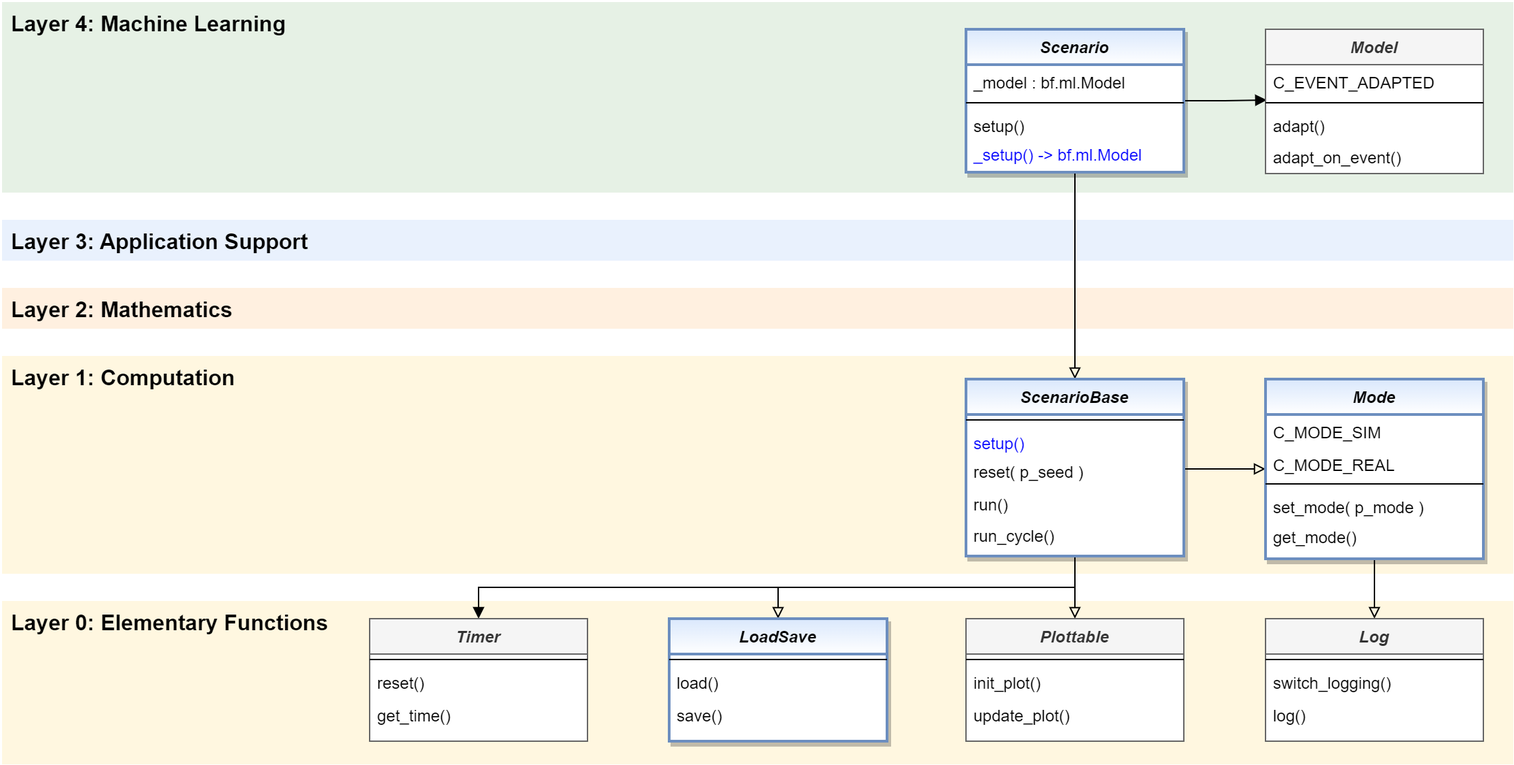
fhswf/MLPro keeps this draw.io diagram as doc/rtd/content/02_basic_functions/mlpro_bf/sub/layer4_machine_learning/images/MLPro-BF-ML-Scenario.drawio.png. Above is the earlier version. Source tidied: cells renumbered, new cells last; positions are measured from the earlier drawing's top-left corner, leaving out a move shared by most shapes. The source it was exported from:
```xml
<mxGraphModel>
  <root>
    <mxCell id="0" />
    <mxCell id="1" parent="0" />
    <mxCell id="2" value="Layer 2: Mathematics" style="rounded=0;whiteSpace=wrap;html=1;shadow=0;glass=0;fontSize=16;align=left;labelPosition=center;verticalLabelPosition=middle;verticalAlign=top;spacingLeft=5;fontStyle=1;fillColor=#ffe6cc;strokeColor=none;strokeWidth=1;gradientColor=none;opacity=60;" parent="1" vertex="1">
      <mxGeometry y="210" width="1110" height="30" as="geometry" />
    </mxCell>
    <mxCell id="3" value="Layer 4: Machine Learning" style="rounded=0;whiteSpace=wrap;html=1;shadow=0;glass=0;fontSize=16;align=left;labelPosition=center;verticalLabelPosition=middle;verticalAlign=top;spacingLeft=5;spacingRight=5;fontStyle=1;fillColor=#d5e8d4;strokeColor=none;strokeWidth=2;gradientColor=none;opacity=60;" parent="1" vertex="1">
      <mxGeometry width="1110" height="140" as="geometry" />
    </mxCell>
    <mxCell id="4" value="Layer 0: Elementary Functions" style="rounded=0;whiteSpace=wrap;html=1;shadow=0;glass=0;fontSize=16;align=left;labelPosition=center;verticalLabelPosition=middle;verticalAlign=top;spacingLeft=5;fontStyle=1;strokeColor=none;fillColor=#fff2cc;strokeWidth=1;fontFamily=Helvetica;gradientColor=none;opacity=60;" parent="1" vertex="1">
      <mxGeometry y="440" width="1110" height="120" as="geometry" />
    </mxCell>
    <mxCell id="5" value="Layer 3: Application Support" style="rounded=0;whiteSpace=wrap;html=1;shadow=0;glass=0;fontSize=16;align=left;labelPosition=center;verticalLabelPosition=middle;verticalAlign=top;spacingLeft=5;spacingRight=5;fontStyle=1;fillColor=#dae8fc;strokeColor=none;strokeWidth=2;gradientColor=none;opacity=60;" parent="1" vertex="1">
      <mxGeometry y="160" width="1110" height="30" as="geometry" />
    </mxCell>
    <mxCell id="6" value="Layer 1: Computation" style="rounded=0;whiteSpace=wrap;html=1;shadow=0;glass=0;fontSize=16;align=left;labelPosition=center;verticalLabelPosition=middle;verticalAlign=top;spacingLeft=5;fontStyle=1;fillColor=#fff2cc;strokeColor=none;strokeWidth=1;gradientColor=none;opacity=60;" parent="1" vertex="1">
      <mxGeometry y="260" width="1110" height="160" as="geometry" />
    </mxCell>
    <mxCell id="7" style="edgeStyle=orthogonalEdgeStyle;rounded=0;jettySize=auto;html=1;endArrow=block;endFill=0;" parent="1" edge="1" source="9" target="18">
      <mxGeometry relative="1" as="geometry">
        <Array as="points">
          <mxPoint x="788" y="100" />
          <mxPoint x="788" y="100" />
        </Array>
      </mxGeometry>
    </mxCell>
    <mxCell id="8" style="edgeStyle=orthogonalEdgeStyle;rounded=0;jettySize=auto;html=1;entryX=0.006;entryY=-0.261;entryDx=0;entryDy=0;entryPerimeter=0;endArrow=block;endFill=1;" parent="1" edge="1" source="9" target="50">
      <mxGeometry relative="1" as="geometry" />
    </mxCell>
    <mxCell id="9" value="Scenario" style="swimlane;fontStyle=3;align=center;verticalAlign=top;horizontal=1;startSize=26;rounded=0;shadow=1;strokeWidth=2;fillColor=#dae8fc;strokeColor=#6c8ebf;gradientColor=#ffffff;swimlaneFillColor=#ffffff;" parent="1" vertex="1">
      <mxGeometry x="708" y="20" width="160" height="105" as="geometry" />
    </mxCell>
    <mxCell id="10" value="_model : bf.ml.Model" style="text;align=left;verticalAlign=top;spacingLeft=4;spacingRight=4;overflow=hidden;" parent="9" vertex="1">
      <mxGeometry y="26" width="160" height="24" as="geometry" />
    </mxCell>
    <mxCell id="11" style="line;html=1;strokeWidth=1;align=left;verticalAlign=middle;spacingTop=-1;spacingLeft=3;spacingRight=3;labelPosition=right;" parent="9" vertex="1">
      <mxGeometry y="50" width="160" height="8" as="geometry" />
    </mxCell>
    <mxCell id="12" value="setup()" style="text;align=left;verticalAlign=top;spacingLeft=4;spacingRight=4;overflow=hidden;" parent="9" vertex="1">
      <mxGeometry y="58" width="160" height="21" as="geometry" />
    </mxCell>
    <mxCell id="13" value="_setup() -&gt; bf.ml.Model" style="text;align=left;verticalAlign=top;spacingLeft=4;spacingRight=4;overflow=hidden;fontColor=#0000FF;" parent="9" vertex="1">
      <mxGeometry y="79" width="160" height="24" as="geometry" />
    </mxCell>
    <mxCell id="14" style="edgeStyle=orthogonalEdgeStyle;rounded=0;jettySize=auto;html=1;entryX=0.5;entryY=0;entryDx=0;entryDy=0;endArrow=block;endFill=0;" parent="1" edge="1" source="18" target="39">
      <mxGeometry relative="1" as="geometry" />
    </mxCell>
    <mxCell id="15" style="edgeStyle=orthogonalEdgeStyle;rounded=0;jettySize=auto;html=1;endArrow=block;endFill=0;entryX=0.5;entryY=0;entryDx=0;entryDy=0;" parent="1" edge="1" source="18" target="31">
      <mxGeometry relative="1" as="geometry">
        <Array as="points">
          <mxPoint x="788" y="430" />
          <mxPoint x="570" y="430" />
        </Array>
      </mxGeometry>
    </mxCell>
    <mxCell id="16" style="edgeStyle=orthogonalEdgeStyle;rounded=0;jettySize=auto;html=1;endArrow=block;endFill=0;" parent="1" edge="1" target="25">
      <mxGeometry relative="1" as="geometry">
        <mxPoint x="868" y="343" as="sourcePoint" />
      </mxGeometry>
    </mxCell>
    <mxCell id="17" style="edgeStyle=orthogonalEdgeStyle;rounded=0;jettySize=auto;html=1;fontColor=#0000FF;endArrow=block;endFill=1;" parent="1" edge="1" source="18" target="43">
      <mxGeometry relative="1" as="geometry">
        <Array as="points">
          <mxPoint x="788" y="430" />
          <mxPoint x="350" y="430" />
        </Array>
      </mxGeometry>
    </mxCell>
    <mxCell id="18" value="ScenarioBase" style="swimlane;fontStyle=3;align=center;verticalAlign=top;horizontal=1;startSize=26;rounded=0;shadow=1;strokeWidth=2;fillColor=#dae8fc;strokeColor=#6c8ebf;gradientColor=#ffffff;swimlaneFillColor=#ffffff;" parent="1" vertex="1">
      <mxGeometry x="708" y="277" width="160" height="130" as="geometry" />
    </mxCell>
    <mxCell id="19" style="line;html=1;strokeWidth=1;align=left;verticalAlign=middle;spacingTop=-1;spacingLeft=3;spacingRight=3;labelPosition=right;" parent="18" vertex="1">
      <mxGeometry y="26" width="160" height="8" as="geometry" />
    </mxCell>
    <mxCell id="20" value="setup()" style="text;align=left;verticalAlign=top;spacingLeft=4;spacingRight=4;overflow=hidden;fontColor=#0000FF;" parent="18" vertex="1">
      <mxGeometry y="34" width="160" height="21" as="geometry" />
    </mxCell>
    <mxCell id="21" value="reset( p_seed )" style="text;align=left;verticalAlign=top;spacingLeft=4;spacingRight=4;overflow=hidden;" parent="18" vertex="1">
      <mxGeometry y="55" width="160" height="24" as="geometry" />
    </mxCell>
    <mxCell id="22" value="run()" style="text;align=left;verticalAlign=top;spacingLeft=4;spacingRight=4;overflow=hidden;" parent="18" vertex="1">
      <mxGeometry y="79" width="160" height="23" as="geometry" />
    </mxCell>
    <mxCell id="23" value="run_cycle()" style="text;align=left;verticalAlign=top;spacingLeft=4;spacingRight=4;overflow=hidden;" parent="18" vertex="1">
      <mxGeometry y="102" width="160" height="24" as="geometry" />
    </mxCell>
    <mxCell id="24" style="edgeStyle=orthogonalEdgeStyle;rounded=0;jettySize=auto;html=1;endArrow=block;endFill=0;" parent="1" edge="1" source="25" target="35">
      <mxGeometry relative="1" as="geometry" />
    </mxCell>
    <mxCell id="25" value="Mode" style="swimlane;fontStyle=3;align=center;verticalAlign=top;horizontal=1;startSize=26;rounded=0;shadow=1;strokeWidth=2;fillColor=#dae8fc;strokeColor=#6c8ebf;swimlaneFillColor=#ffffff;gradientColor=#FFFFFF;" parent="1" vertex="1">
      <mxGeometry x="928" y="277" width="160" height="132" as="geometry" />
    </mxCell>
    <mxCell id="26" value="C_MODE_SIM" style="text;align=left;verticalAlign=top;spacingLeft=4;spacingRight=4;overflow=hidden;" parent="25" vertex="1">
      <mxGeometry y="26" width="160" height="24" as="geometry" />
    </mxCell>
    <mxCell id="27" value="C_MODE_REAL" style="text;align=left;verticalAlign=top;spacingLeft=4;spacingRight=4;overflow=hidden;" parent="25" vertex="1">
      <mxGeometry y="50" width="160" height="23" as="geometry" />
    </mxCell>
    <mxCell id="28" style="line;html=1;strokeWidth=1;align=left;verticalAlign=middle;spacingTop=-1;spacingLeft=3;spacingRight=3;labelPosition=right;" parent="25" vertex="1">
      <mxGeometry y="73" width="160" height="8" as="geometry" />
    </mxCell>
    <mxCell id="29" value="set_mode( p_mode )" style="text;align=left;verticalAlign=top;spacingLeft=4;spacingRight=4;overflow=hidden;" parent="25" vertex="1">
      <mxGeometry y="81" width="160" height="22" as="geometry" />
    </mxCell>
    <mxCell id="30" value="get_mode()" style="text;align=left;verticalAlign=top;spacingLeft=4;spacingRight=4;overflow=hidden;" parent="25" vertex="1">
      <mxGeometry y="103" width="160" height="26" as="geometry" />
    </mxCell>
    <mxCell id="31" value="LoadSave" style="swimlane;fontStyle=3;align=center;verticalAlign=top;horizontal=1;startSize=26;rounded=0;shadow=1;strokeWidth=2;fillColor=#dae8fc;strokeColor=#6c8ebf;gradientColor=#ffffff;swimlaneFillColor=#ffffff;" parent="1" vertex="1">
      <mxGeometry x="490" y="453" width="160" height="90" as="geometry" />
    </mxCell>
    <mxCell id="32" style="line;html=1;strokeWidth=1;align=left;verticalAlign=middle;spacingTop=-1;spacingLeft=3;spacingRight=3;labelPosition=right;" parent="31" vertex="1">
      <mxGeometry y="26" width="160" height="8" as="geometry" />
    </mxCell>
    <mxCell id="33" value="load()" style="text;align=left;verticalAlign=top;spacingLeft=4;spacingRight=4;overflow=hidden;" parent="31" vertex="1">
      <mxGeometry y="34" width="160" height="24" as="geometry" />
    </mxCell>
    <mxCell id="34" value="save()" style="text;align=left;verticalAlign=top;spacingLeft=4;spacingRight=4;overflow=hidden;" parent="31" vertex="1">
      <mxGeometry y="58" width="160" height="24" as="geometry" />
    </mxCell>
    <mxCell id="35" value="Log" style="swimlane;fontStyle=3;align=center;verticalAlign=top;horizontal=1;startSize=26;rounded=0;shadow=0;strokeWidth=1;fillColor=#f5f5f5;strokeColor=#666666;swimlaneFillColor=#ffffff;fontColor=#333333;" parent="1" vertex="1">
      <mxGeometry x="928" y="453" width="160" height="90" as="geometry" />
    </mxCell>
    <mxCell id="36" style="line;html=1;strokeWidth=1;align=left;verticalAlign=middle;spacingTop=-1;spacingLeft=3;spacingRight=3;labelPosition=right;" parent="35" vertex="1">
      <mxGeometry y="26" width="160" height="8" as="geometry" />
    </mxCell>
    <mxCell id="37" value="switch_logging()" style="text;align=left;verticalAlign=top;spacingLeft=4;spacingRight=4;overflow=hidden;" parent="35" vertex="1">
      <mxGeometry y="34" width="160" height="24" as="geometry" />
    </mxCell>
    <mxCell id="38" value="log()" style="text;align=left;verticalAlign=top;spacingLeft=4;spacingRight=4;overflow=hidden;" parent="35" vertex="1">
      <mxGeometry y="58" width="160" height="24" as="geometry" />
    </mxCell>
    <mxCell id="39" value="Plottable" style="swimlane;fontStyle=3;align=center;verticalAlign=top;horizontal=1;startSize=26;rounded=0;shadow=0;strokeWidth=1;fillColor=#f5f5f5;strokeColor=#666666;swimlaneFillColor=#ffffff;fontColor=#333333;" parent="1" vertex="1">
      <mxGeometry x="708" y="453" width="160" height="90" as="geometry" />
    </mxCell>
    <mxCell id="40" style="line;html=1;strokeWidth=1;align=left;verticalAlign=middle;spacingTop=-1;spacingLeft=3;spacingRight=3;labelPosition=right;" parent="39" vertex="1">
      <mxGeometry y="26" width="160" height="8" as="geometry" />
    </mxCell>
    <mxCell id="41" value="init_plot()" style="text;align=left;verticalAlign=top;spacingLeft=4;spacingRight=4;overflow=hidden;" parent="39" vertex="1">
      <mxGeometry y="34" width="160" height="24" as="geometry" />
    </mxCell>
    <mxCell id="42" value="update_plot()" style="text;align=left;verticalAlign=top;spacingLeft=4;spacingRight=4;overflow=hidden;" parent="39" vertex="1">
      <mxGeometry y="58" width="160" height="24" as="geometry" />
    </mxCell>
    <mxCell id="43" value="Timer" style="swimlane;fontStyle=3;align=center;verticalAlign=top;horizontal=1;startSize=26;rounded=0;shadow=0;strokeWidth=1;fillColor=#f5f5f5;strokeColor=#666666;swimlaneFillColor=#ffffff;fontColor=#333333;" parent="1" vertex="1">
      <mxGeometry x="270" y="453" width="160" height="90" as="geometry" />
    </mxCell>
    <mxCell id="44" style="line;html=1;strokeWidth=1;align=left;verticalAlign=middle;spacingTop=-1;spacingLeft=3;spacingRight=3;labelPosition=right;" parent="43" vertex="1">
      <mxGeometry y="26" width="160" height="8" as="geometry" />
    </mxCell>
    <mxCell id="45" value="reset()" style="text;align=left;verticalAlign=top;spacingLeft=4;spacingRight=4;overflow=hidden;" parent="43" vertex="1">
      <mxGeometry y="34" width="160" height="24" as="geometry" />
    </mxCell>
    <mxCell id="46" value="get_time()" style="text;align=left;verticalAlign=top;spacingLeft=4;spacingRight=4;overflow=hidden;" parent="43" vertex="1">
      <mxGeometry y="58" width="160" height="24" as="geometry" />
    </mxCell>
    <mxCell id="47" value="Model" style="swimlane;fontStyle=3;align=center;verticalAlign=top;horizontal=1;startSize=26;rounded=0;shadow=0;strokeWidth=1;fillColor=#f5f5f5;strokeColor=#666666;swimlaneFillColor=#ffffff;fontColor=#333333;gradientColor=none;" parent="1" vertex="1">
      <mxGeometry x="928" y="20" width="160" height="106" as="geometry" />
    </mxCell>
    <mxCell id="48" value="C_EVENT_ADAPTED" style="text;align=left;verticalAlign=top;spacingLeft=4;spacingRight=4;overflow=hidden;" parent="47" vertex="1">
      <mxGeometry y="26" width="160" height="24" as="geometry" />
    </mxCell>
    <mxCell id="49" style="line;html=1;strokeWidth=1;align=left;verticalAlign=middle;spacingTop=-1;spacingLeft=3;spacingRight=3;labelPosition=right;" parent="47" vertex="1">
      <mxGeometry y="50" width="160" height="8" as="geometry" />
    </mxCell>
    <mxCell id="50" value="adapt()" style="text;align=left;verticalAlign=top;spacingLeft=4;spacingRight=4;overflow=hidden;points=[[0,0.5],[1,0.5]];portConstraint=eastwest;" parent="47" vertex="1">
      <mxGeometry y="58" width="160" height="23" as="geometry" />
    </mxCell>
    <mxCell id="51" value="adapt_on_event()" style="text;align=left;verticalAlign=top;spacingLeft=4;spacingRight=4;overflow=hidden;" parent="47" vertex="1">
      <mxGeometry y="81" width="160" height="24" as="geometry" />
    </mxCell>
  </root>
</mxGraphModel>
```
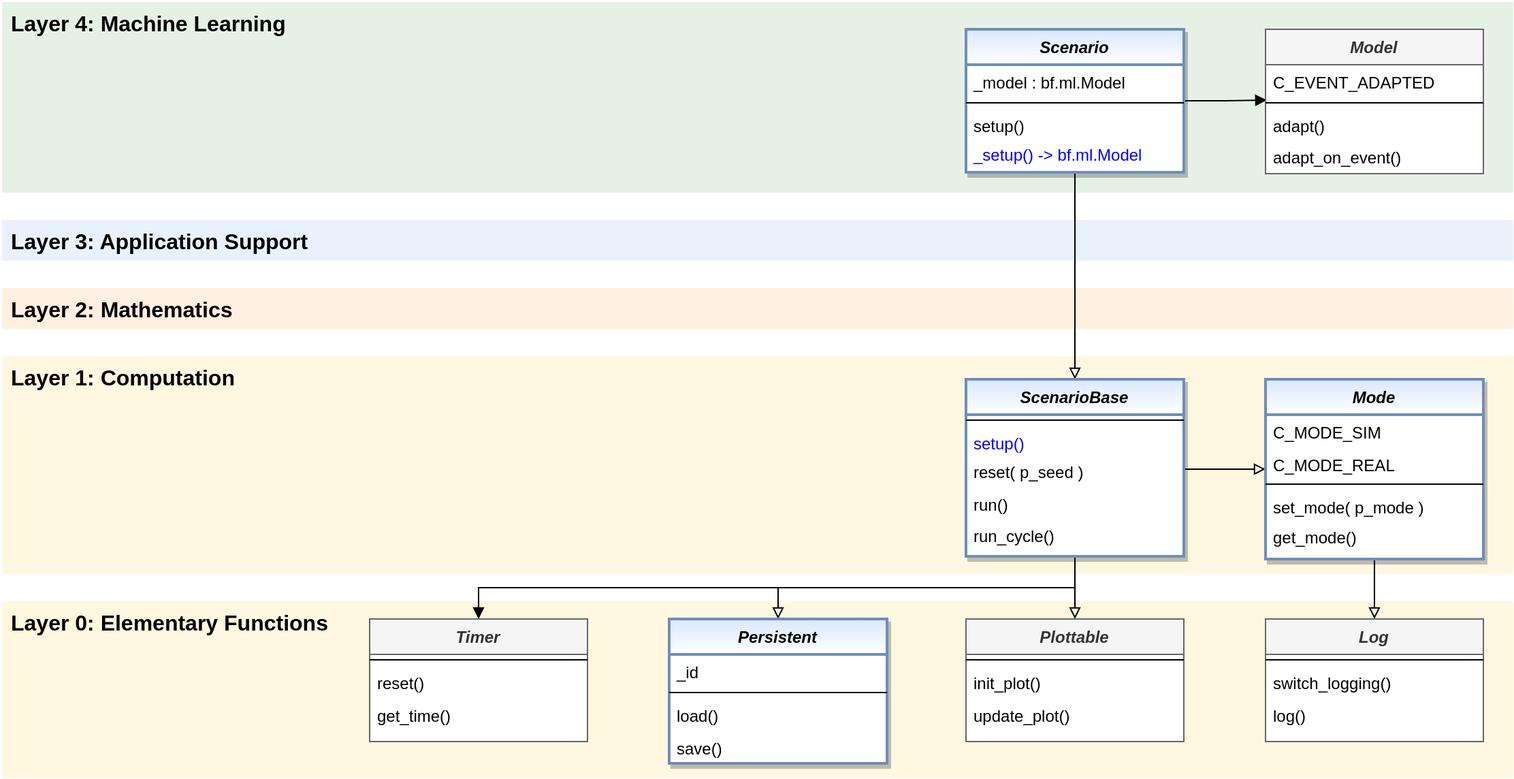
Later version of the same file.

What changed in the source:
```diff
@@ -9,7 +9,7 @@
       <mxGeometry width="1110" height="140" as="geometry" />
     </mxCell>
     <mxCell id="4" value="Layer 0: Elementary Functions" style="rounded=0;whiteSpace=wrap;html=1;shadow=0;glass=0;fontSize=16;align=left;labelPosition=center;verticalLabelPosition=middle;verticalAlign=top;spacingLeft=5;fontStyle=1;strokeColor=none;fillColor=#fff2cc;strokeWidth=1;fontFamily=Helvetica;gradientColor=none;opacity=60;" parent="1" vertex="1">
-      <mxGeometry y="440" width="1110" height="120" as="geometry" />
+      <mxGeometry y="440" width="1110" height="130" as="geometry" />
     </mxCell>
     <mxCell id="5" value="Layer 3: Application Support" style="rounded=0;whiteSpace=wrap;html=1;shadow=0;glass=0;fontSize=16;align=left;labelPosition=center;verticalLabelPosition=middle;verticalAlign=top;spacingLeft=5;spacingRight=5;fontStyle=1;fillColor=#dae8fc;strokeColor=none;strokeWidth=2;gradientColor=none;opacity=60;" parent="1" vertex="1">
       <mxGeometry y="160" width="1110" height="30" as="geometry" />
@@ -106,17 +106,20 @@
     <mxCell id="30" value="get_mode()" style="text;align=left;verticalAlign=top;spacingLeft=4;spacingRight=4;overflow=hidden;" parent="25" vertex="1">
       <mxGeometry y="103" width="160" height="26" as="geometry" />
     </mxCell>
-    <mxCell id="31" value="LoadSave" style="swimlane;fontStyle=3;align=center;verticalAlign=top;horizontal=1;startSize=26;rounded=0;shadow=1;strokeWidth=2;fillColor=#dae8fc;strokeColor=#6c8ebf;gradientColor=#ffffff;swimlaneFillColor=#ffffff;" parent="1" vertex="1">
-      <mxGeometry x="490" y="453" width="160" height="90" as="geometry" />
+    <mxCell id="31" value="Persistent" style="swimlane;fontStyle=3;align=center;verticalAlign=top;horizontal=1;startSize=26;rounded=0;shadow=1;strokeWidth=2;fillColor=#dae8fc;strokeColor=#6c8ebf;gradientColor=#ffffff;swimlaneFillColor=#ffffff;" parent="1" vertex="1">
+      <mxGeometry x="490" y="453" width="160" height="106" as="geometry" />
     </mxCell>
+    <mxCell id="52" value="_id" style="text;align=left;verticalAlign=top;spacingLeft=4;spacingRight=4;overflow=hidden;" parent="31" vertex="1">
+      <mxGeometry y="26" width="160" height="24" as="geometry" />
+    </mxCell>
     <mxCell id="32" style="line;html=1;strokeWidth=1;align=left;verticalAlign=middle;spacingTop=-1;spacingLeft=3;spacingRight=3;labelPosition=right;" parent="31" vertex="1">
-      <mxGeometry y="26" width="160" height="8" as="geometry" />
+      <mxGeometry y="50" width="160" height="8" as="geometry" />
     </mxCell>
     <mxCell id="33" value="load()" style="text;align=left;verticalAlign=top;spacingLeft=4;spacingRight=4;overflow=hidden;" parent="31" vertex="1">
-      <mxGeometry y="34" width="160" height="24" as="geometry" />
+      <mxGeometry y="58" width="160" height="24" as="geometry" />
     </mxCell>
     <mxCell id="34" value="save()" style="text;align=left;verticalAlign=top;spacingLeft=4;spacingRight=4;overflow=hidden;" parent="31" vertex="1">
-      <mxGeometry y="58" width="160" height="24" as="geometry" />
+      <mxGeometry y="82" width="160" height="24" as="geometry" />
     </mxCell>
     <mxCell id="35" value="Log" style="swimlane;fontStyle=3;align=center;verticalAlign=top;horizontal=1;startSize=26;rounded=0;shadow=0;strokeWidth=1;fillColor=#f5f5f5;strokeColor=#666666;swimlaneFillColor=#ffffff;fontColor=#333333;" parent="1" vertex="1">
       <mxGeometry x="928" y="453" width="160" height="90" as="geometry" />
```
